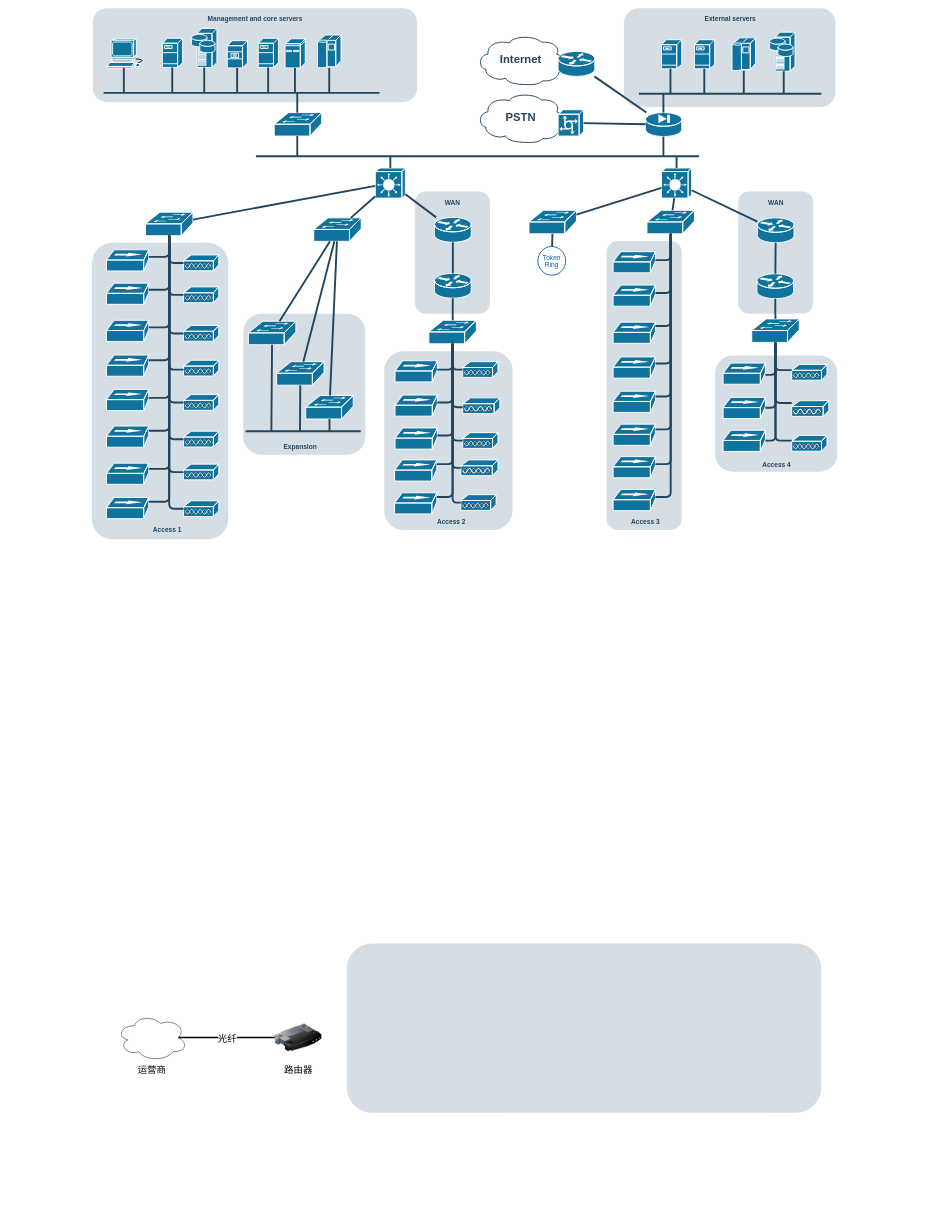
This is 自建房设计/未命名绘图.drawio from Red-Scarf/draw-io-project, a draw.io file, before an edit. Source tidied: cells renumbered, new cells numbered last; positions are measured from the earlier drawing's top-left corner, leaving out a move shared by most shapes. Both pictures are drawn from the tidied source at 47%, with x=0, y=0 at pixel (92, 8).
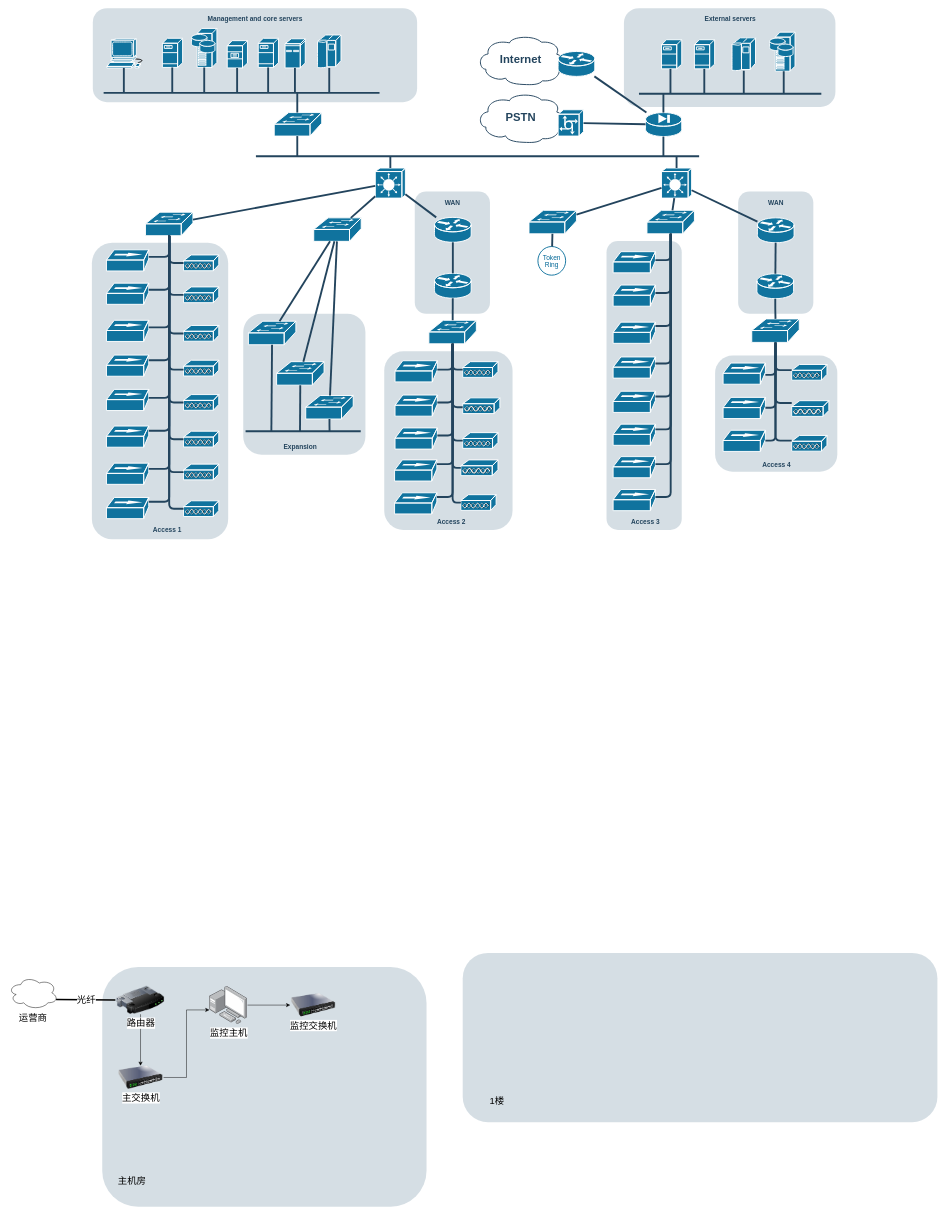
The same diagram, later.

Commit message:
网络拓补图.drawio

Change to the diagram source:
```diff
@@
+    <mxCell id="178" style="rounded=1;whiteSpace=wrap;html=1;strokeColor=none;fillColor=#BAC8D3;fontSize=24;fontColor=#23445D;align=center;opacity=60;" parent="1" vertex="1">
+      <mxGeometry x="789" y="2010" width="1010" height="360" as="geometry" />
+    </mxCell>
+    <mxCell id="179" style="rounded=1;whiteSpace=wrap;html=1;strokeColor=none;fillColor=#BAC8D3;fontSize=24;fontColor=#23445D;align=center;opacity=60;" parent="1" vertex="1">
+      <mxGeometry x="22" y="2040" width="690" height="510" as="geometry" />
+    </mxCell>
@@
     <mxCell id="174" value="运营商" style="ellipse;shape=cloud;whiteSpace=wrap;html=1;fontSize=20;labelPosition=center;verticalLabelPosition=bottom;align=center;verticalAlign=top;" parent="1" vertex="1">
-      <mxGeometry x="53" y="2140" width="150" height="100" as="geometry" />
+      <mxGeometry x="-178" y="2060" width="106" height="70" as="geometry" />
     </mxCell>
-    <mxCell id="175" style="endArrow=none;html=1;rounded=0;exitX=0.875;exitY=0.5;exitDx=0;exitDy=0;exitPerimeter=0;strokeWidth=3;" parent="1" edge="1" source="174" target="177">
+    <mxCell id="175" style="endArrow=none;html=1;rounded=0;exitX=0.96;exitY=0.7;exitDx=0;exitDy=0;exitPerimeter=0;strokeWidth=3;" parent="1" edge="1" source="174" target="177">
       <mxGeometry relative="1" as="geometry" />
     </mxCell>
@@
+    <mxCell id="180" style="edgeStyle=orthogonalEdgeStyle;rounded=0;jettySize=auto;html=1;entryX=0.5;entryY=0;entryDx=0;entryDy=0;" parent="1" edge="1" source="177" target="183">
+      <mxGeometry relative="1" as="geometry" />
+    </mxCell>
     <mxCell id="177" value="路由器" style="image;html=1;image=img/lib/clip_art/networking/Router_128x128.png;fontSize=20;" parent="1" vertex="1">
-      <mxGeometry x="389" y="2140" width="100" height="100" as="geometry" />
+      <mxGeometry x="50" y="2080.5" width="107" height="60" as="geometry" />
     </mxCell>
-    <mxCell id="178" style="rounded=1;whiteSpace=wrap;html=1;strokeColor=none;fillColor=#BAC8D3;fontSize=24;fontColor=#23445D;align=center;opacity=60;" parent="1" vertex="1">
-      <mxGeometry x="542" y="1990" width="1010" height="360" as="geometry" />
-    </mxCell>
+    <mxCell id="181" value="1楼" style="text;strokeColor=none;align=center;fillColor=none;html=1;verticalAlign=middle;whiteSpace=wrap;rounded=0;fontSize=20;" parent="1" vertex="1">
+      <mxGeometry x="832" y="2308" width="60" height="30" as="geometry" />
+    </mxCell>
+    <mxCell id="182" value="主机房" style="text;strokeColor=none;align=center;fillColor=none;html=1;verticalAlign=middle;whiteSpace=wrap;rounded=0;fontSize=20;" parent="1" vertex="1">
+      <mxGeometry x="50" y="2480" width="71" height="30" as="geometry" />
+    </mxCell>
+    <mxCell id="183" value="主交换机" style="image;html=1;image=img/lib/clip_art/networking/Switch_128x128.png;fontSize=20;" parent="1" vertex="1">
+      <mxGeometry x="54.5" y="2250" width="98" height="50" as="geometry" />
+    </mxCell>
+    <mxCell id="184" style="edgeStyle=orthogonalEdgeStyle;rounded=0;jettySize=auto;html=1;" parent="1" edge="1" source="185" target="186">
+      <mxGeometry relative="1" as="geometry" />
+    </mxCell>
+    <mxCell id="185" value="监控主机" style="image;points=[];html=1;align=center;shadow=0;dashed=0;image=img/lib/allied_telesis/computer_and_terminals/Personal_Computer_with_Server.svg;fontSize=20;" parent="1" vertex="1">
+      <mxGeometry x="250" y="2080.5" width="81" height="81" as="geometry" />
+    </mxCell>
+    <mxCell id="186" value="监控交换机" style="image;html=1;image=img/lib/clip_art/networking/Switch_128x128.png;fontSize=20;" parent="1" vertex="1">
+      <mxGeometry x="422" y="2096" width="98" height="50" as="geometry" />
+    </mxCell>
+    <mxCell id="187" style="edgeStyle=orthogonalEdgeStyle;rounded=0;jettySize=auto;html=1;entryX=0;entryY=0.627;entryDx=0;entryDy=0;entryPerimeter=0;" parent="1" edge="1" source="183" target="185">
+      <mxGeometry relative="1" as="geometry" />
+    </mxCell>
```
